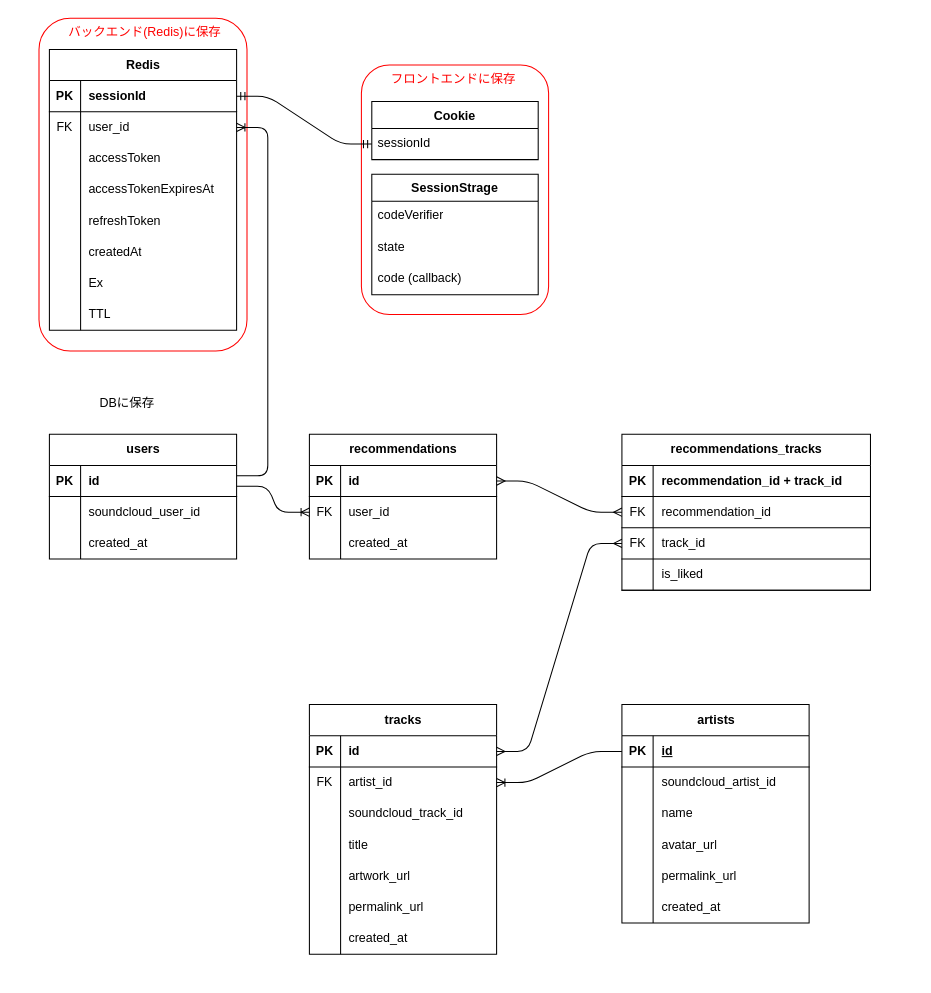
This is docs/diagrams/er-diagram.drawio from eito0518/digbeats-v3, a draw.io file, before an edit. Source tidied: cells renumbered, new cells numbered last; positions are measured from the earlier drawing's top-left corner, leaving out a move shared by most shapes. Both pictures are drawn from the tidied source at 104%, with x=0, y=0 at pixel (38, 18).
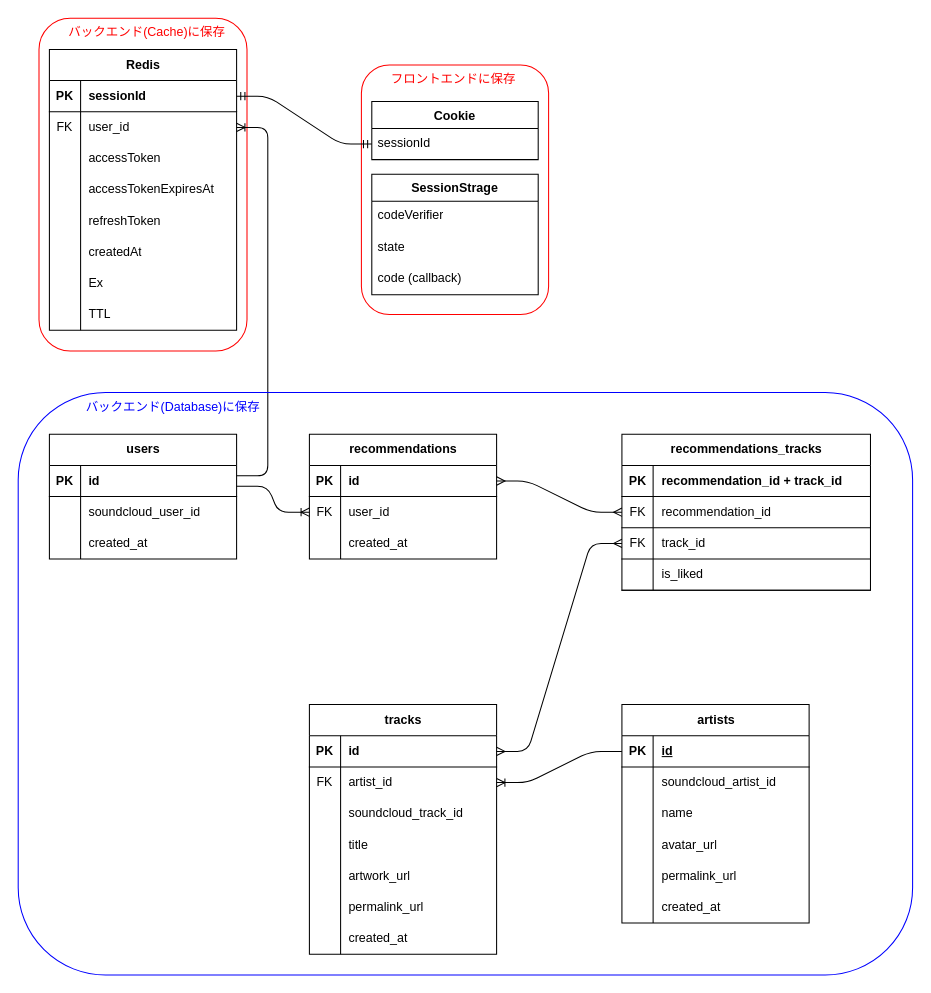
Above is the later version.

What changed in the source:
```diff
@@
-    <mxCell id="2" value="&lt;font style=&quot;color: rgb(255, 0, 0);&quot;&gt;&lt;span style=&quot;white-space: pre;&quot;&gt;&#9;&lt;/span&gt;バックエンド(Redis)に保存&lt;/font&gt;" style="rounded=1;whiteSpace=wrap;html=1;strokeColor=#FF0000;fillColor=none;align=left;verticalAlign=top;" parent="1" vertex="1">
+    <mxCell id="2" value="&lt;font style=&quot;color: rgb(255, 0, 0);&quot;&gt;&lt;span style=&quot;white-space: pre;&quot;&gt;&#9;&lt;/span&gt;バックエンド(Cache)に保存&lt;/font&gt;" style="rounded=1;whiteSpace=wrap;html=1;strokeColor=#FF0000;fillColor=none;align=left;verticalAlign=top;" parent="1" vertex="1">
       <mxGeometry width="200" height="320" as="geometry" />
     </mxCell>
@@
-    <mxCell id="45" value="DBに保存" style="text;strokeColor=none;align=center;fillColor=none;html=1;verticalAlign=middle;whiteSpace=wrap;rounded=0;" parent="1" vertex="1">
-      <mxGeometry x="10" y="330" width="150" height="80" as="geometry" />
-    </mxCell>
@@
+    <mxCell id="116" value="&lt;font style=&quot;color: rgb(0, 0, 255);&quot;&gt;&lt;span style=&quot;white-space: pre;&quot;&gt;&#9;&lt;/span&gt;&amp;nbsp; &amp;nbsp; &amp;nbsp; &amp;nbsp; &amp;nbsp; &amp;nbsp;バックエンド(Database)に保存&lt;/font&gt;" style="rounded=1;whiteSpace=wrap;html=1;strokeColor=#0000FF;fillColor=none;align=left;verticalAlign=top;" parent="1" vertex="1">
+      <mxGeometry x="-20" y="360" width="860" height="560" as="geometry" />
+    </mxCell>
```
